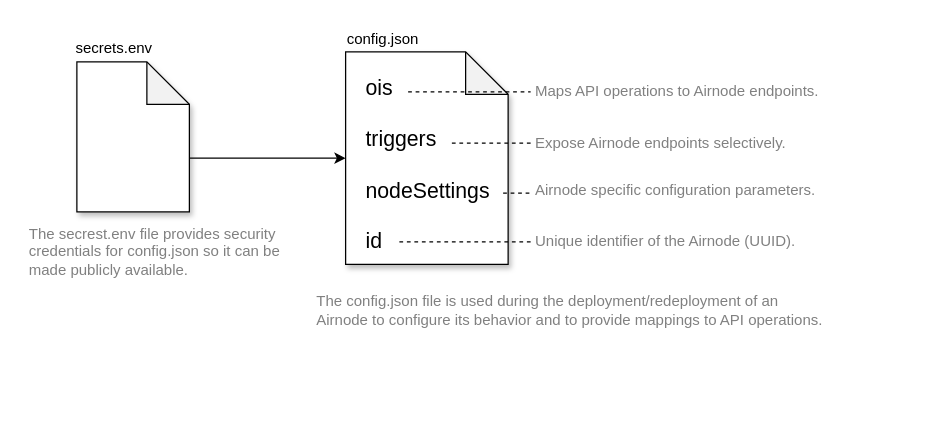
The draw.io diagram docs/next/assets/diagrams/config-json.drawio in api3dao/old-api3-docs, before the edit. Source tidied: cells renumbered, new cells numbered last; positions are measured from the earlier drawing's top-left corner, leaving out a move shared by most shapes. Both pictures are drawn from the tidied source at 125%, with x=0, y=0 at pixel (26, 26). Pictures stored in the file or linked from it are replaced by grey dashed boxes.
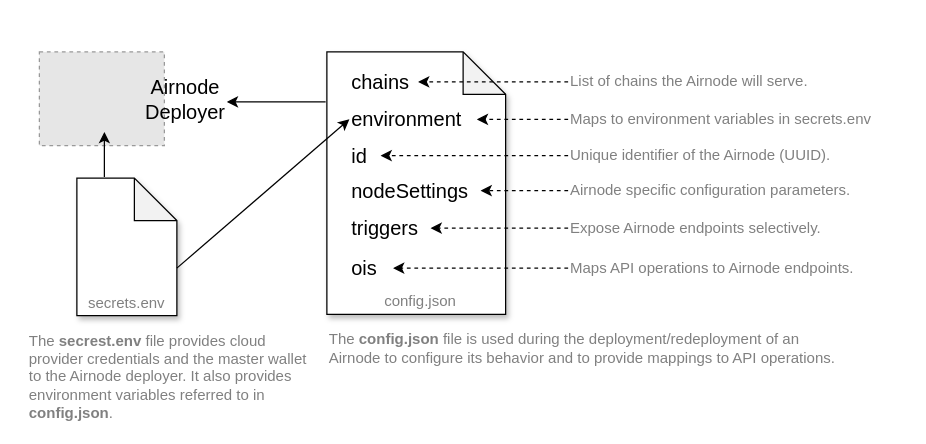
After the change.

Commit message (it also covers changes not shown here):
Update dated diagram with chains and environment variables.

What changed in the source:
```diff
@@
     <mxCell id="2" style="shape=note;whiteSpace=wrap;html=1;backgroundOutline=1;darkOpacity=0.05;fontSize=14;size=34;shadow=1;" parent="1" vertex="1">
-      <mxGeometry x="255" y="20" width="130" height="170" as="geometry" />
+      <mxGeometry x="240" y="20" width="143" height="210" as="geometry" />
     </mxCell>
-    <mxCell id="3" value="&lt;p style=&quot;line-height: 100%&quot;&gt;&lt;/p&gt;&lt;div style=&quot;text-align: left&quot;&gt;&lt;span style=&quot;font-size: 17px&quot;&gt;&lt;font color=&quot;#000000&quot;&gt;ois&lt;/font&gt;&lt;/span&gt;&lt;/div&gt;&lt;div style=&quot;text-align: left&quot;&gt;&lt;span style=&quot;font-size: 17px&quot;&gt;&lt;font color=&quot;#000000&quot;&gt;&lt;br&gt;&lt;/font&gt;&lt;/span&gt;&lt;/div&gt;&lt;font style=&quot;font-size: 17px&quot; color=&quot;#000000&quot;&gt;&lt;div style=&quot;text-align: left&quot;&gt;&lt;span&gt;triggers&lt;/span&gt;&lt;/div&gt;&lt;div style=&quot;text-align: left&quot;&gt;&lt;span&gt;&lt;br&gt;&lt;/span&gt;&lt;/div&gt;&lt;div style=&quot;text-align: left&quot;&gt;&lt;span&gt;nodeSettings&lt;/span&gt;&lt;/div&gt;&lt;div style=&quot;text-align: left&quot;&gt;&lt;span&gt;&lt;br&gt;&lt;/span&gt;&lt;/div&gt;&lt;div style=&quot;text-align: left&quot;&gt;&lt;span&gt;id&lt;/span&gt;&lt;/div&gt;&lt;/font&gt;&lt;p&gt;&lt;/p&gt;" style="text;html=1;strokeColor=none;fillColor=none;align=center;verticalAlign=middle;whiteSpace=wrap;fontColor=#808080;" parent="1" vertex="1">
-      <mxGeometry x="301" y="101" width="40" height="20" as="geometry" />
-    </mxCell>
     <mxCell id="4" value="Maps API operations to Airnode endpoints." style="text;html=1;strokeColor=none;fillColor=none;align=left;verticalAlign=middle;whiteSpace=wrap;rounded=0;sketch=0;fontColor=#808080;" parent="1" vertex="1">
-      <mxGeometry x="405" y="42" width="250" height="20" as="geometry" />
+      <mxGeometry x="433" y="183" width="250" height="20" as="geometry" />
     </mxCell>
     <mxCell id="5" value="Expose Airnode endpoints selectively." style="text;html=1;strokeColor=none;fillColor=none;align=left;verticalAlign=middle;whiteSpace=wrap;rounded=0;sketch=0;fontColor=#808080;" parent="1" vertex="1">
-      <mxGeometry x="405" y="83" width="210" height="20" as="geometry" />
+      <mxGeometry x="433" y="151" width="210" height="20" as="geometry" />
     </mxCell>
     <mxCell id="6" value="Airnode specific configuration parameters." style="text;html=1;strokeColor=none;fillColor=none;align=left;verticalAlign=middle;whiteSpace=wrap;rounded=0;sketch=0;fontColor=#808080;" parent="1" vertex="1">
-      <mxGeometry x="405" y="121" width="240" height="20" as="geometry" />
+      <mxGeometry x="433" y="121" width="240" height="20" as="geometry" />
     </mxCell>
     <mxCell id="7" value="Unique identifier of the Airnode (UUID)." style="text;html=1;strokeColor=none;fillColor=none;align=left;verticalAlign=middle;whiteSpace=wrap;rounded=0;sketch=0;fontColor=#808080;" parent="1" vertex="1">
-      <mxGeometry x="405" y="162" width="270" height="20" as="geometry" />
+      <mxGeometry x="433" y="93" width="270" height="20" as="geometry" />
     </mxCell>
-    <mxCell id="8" style="endArrow=none;dashed=1;html=1;fontColor=#808080;entryX=0;entryY=0.5;entryDx=0;entryDy=0;" parent="1" edge="1">
-      <mxGeometry relative="1" as="geometry">
-        <mxPoint x="298" y="172" as="sourcePoint" />
-        <mxPoint x="403" y="172" as="targetPoint" />
-      </mxGeometry>
-    </mxCell>
-    <mxCell id="9" style="endArrow=none;dashed=1;html=1;fontColor=#808080;entryX=0;entryY=0.5;entryDx=0;entryDy=0;" parent="1" edge="1">
-      <mxGeometry relative="1" as="geometry">
-        <mxPoint x="381" y="133" as="sourcePoint" />
-        <mxPoint x="405" y="133" as="targetPoint" />
-      </mxGeometry>
-    </mxCell>
-    <mxCell id="10" style="endArrow=none;dashed=1;html=1;fontColor=#808080;entryX=0;entryY=0.5;entryDx=0;entryDy=0;" parent="1" edge="1">
-      <mxGeometry relative="1" as="geometry">
-        <mxPoint x="340" y="93" as="sourcePoint" />
-        <mxPoint x="403" y="93" as="targetPoint" />
-      </mxGeometry>
-    </mxCell>
-    <mxCell id="11" style="endArrow=none;dashed=1;html=1;fontColor=#808080;entryX=0;entryY=0.5;entryDx=0;entryDy=0;exitX=0;exitY=-2.35;exitDx=0;exitDy=0;exitPerimeter=0;" parent="1" edge="1">
-      <mxGeometry relative="1" as="geometry">
-        <mxPoint x="305" y="52" as="sourcePoint" />
-        <mxPoint x="403" y="52" as="targetPoint" />
-      </mxGeometry>
-    </mxCell>
-    <mxCell id="12" value="&lt;br class=&quot;Apple-interchange-newline&quot;&gt;&lt;span style=&quot;&quot;&gt;The config.json file is used during the deployment/redeployment of an Airnode to configure its behavior and to provide mappings to API operations.&lt;/span&gt;" style="text;html=1;strokeColor=none;fillColor=none;align=left;verticalAlign=middle;whiteSpace=wrap;rounded=0;shadow=1;sketch=0;fontColor=#808080;" parent="1" vertex="1">
-      <mxGeometry x="230" y="210" width="410" height="20" as="geometry" />
+    <mxCell id="12" value="&lt;br class=&quot;Apple-interchange-newline&quot;&gt;The &lt;b&gt;config.json&lt;/b&gt; file is used during the deployment/redeployment of an Airnode to configure its behavior and to provide mappings to API operations." style="text;html=1;strokeColor=none;fillColor=none;align=left;verticalAlign=middle;whiteSpace=wrap;rounded=0;shadow=1;sketch=0;fontColor=#808080;" parent="1" vertex="1">
+      <mxGeometry x="240" y="240" width="410" height="20" as="geometry" />
     </mxCell>
-    <mxCell id="13" value="&lt;font color=&quot;#000000&quot;&gt;config.json&lt;/font&gt;" style="text;html=1;strokeColor=none;fillColor=none;align=center;verticalAlign=middle;whiteSpace=wrap;rounded=0;shadow=1;sketch=0;fontColor=#808080;" parent="1" vertex="1">
-      <mxGeometry x="265" width="40" height="20" as="geometry" />
+    <mxCell id="13" value="config.json" style="text;html=1;strokeColor=none;fillColor=none;align=center;verticalAlign=middle;whiteSpace=wrap;rounded=0;shadow=1;sketch=0;fontColor=#808080;" parent="1" vertex="1">
+      <mxGeometry x="295" y="210" width="40" height="20" as="geometry" />
     </mxCell>
     <mxCell id="14" style="shape=note;whiteSpace=wrap;html=1;backgroundOutline=1;darkOpacity=0.05;fontSize=14;size=34;shadow=1;" parent="1" vertex="1">
-      <mxGeometry x="40" y="28" width="90" height="120" as="geometry" />
+      <mxGeometry x="40" y="121" width="80" height="110" as="geometry" />
     </mxCell>
-    <mxCell id="15" value="&lt;font color=&quot;#000000&quot;&gt;secrets.env&lt;/font&gt;" style="text;html=1;strokeColor=none;fillColor=none;align=center;verticalAlign=middle;whiteSpace=wrap;rounded=0;shadow=1;sketch=0;fontColor=#808080;" parent="1" vertex="1">
-      <mxGeometry x="50" y="7" width="40" height="20" as="geometry" />
+    <mxCell id="15" value="secrets.env" style="text;html=1;strokeColor=none;fillColor=none;align=center;verticalAlign=middle;whiteSpace=wrap;rounded=0;shadow=1;sketch=0;fontColor=#808080;" parent="1" vertex="1">
+      <mxGeometry x="60" y="211" width="40" height="20" as="geometry" />
     </mxCell>
-    <mxCell id="16" value="The secrest.env file provides security credentials for config.json so it can be made publicly available." style="text;html=1;strokeColor=none;fillColor=none;align=left;verticalAlign=middle;whiteSpace=wrap;rounded=0;shadow=1;sketch=0;fontColor=#808080;" parent="1" vertex="1">
-      <mxGeometry y="170" width="230" height="20" as="geometry" />
+    <mxCell id="16" value="The &lt;b&gt;secrest.env&lt;/b&gt; file provides cloud provider credentials and the master wallet to the Airnode deployer. It also provides environment variables referred to in &lt;b&gt;config.json&lt;/b&gt;." style="text;html=1;strokeColor=none;fillColor=none;align=left;verticalAlign=middle;whiteSpace=wrap;rounded=0;shadow=1;sketch=0;fontColor=#808080;" parent="1" vertex="1">
+      <mxGeometry y="270" width="230" height="20" as="geometry" />
     </mxCell>
-    <mxCell id="17" style="endArrow=classic;html=1;fontColor=#808080;exitX=0;exitY=0;exitDx=90;exitDy=77;exitPerimeter=0;entryX=0;entryY=0.5;entryDx=0;entryDy=0;entryPerimeter=0;" parent="1" edge="1" source="14" target="2">
+    <mxCell id="17" style="endArrow=classic;html=1;fontColor=#808080;exitX=0;exitY=0;exitDx=80;exitDy=72;exitPerimeter=0;entryX=0;entryY=0.5;entryDx=0;entryDy=0;" parent="1" edge="1" source="14" target="20">
       <mxGeometry relative="1" as="geometry" />
     </mxCell>
+    <mxCell id="18" style="endArrow=classic;html=1;exitX=0;exitY=0.5;exitDx=0;exitDy=0;entryX=1;entryY=0.5;entryDx=0;entryDy=0;dashed=1;" parent="1" edge="1" source="4" target="24">
+      <mxGeometry relative="1" as="geometry" />
+    </mxCell>
+    <mxCell id="19" value="&lt;font style=&quot;font-size: 16px&quot;&gt;chains&lt;/font&gt;" style="text;html=1;strokeColor=none;fillColor=none;align=left;verticalAlign=middle;whiteSpace=wrap;rounded=0;" parent="1" vertex="1">
+      <mxGeometry x="258" y="34" width="55" height="20" as="geometry" />
+    </mxCell>
+    <mxCell id="20" value="&lt;font style=&quot;font-size: 16px&quot;&gt;environment&lt;/font&gt;" style="text;html=1;strokeColor=none;fillColor=none;align=left;verticalAlign=middle;whiteSpace=wrap;rounded=0;" parent="1" vertex="1">
+      <mxGeometry x="258" y="64" width="102" height="20" as="geometry" />
+    </mxCell>
+    <mxCell id="21" value="&lt;font style=&quot;font-size: 16px&quot;&gt;id&lt;/font&gt;" style="text;html=1;strokeColor=none;fillColor=none;align=left;verticalAlign=middle;whiteSpace=wrap;rounded=0;" parent="1" vertex="1">
+      <mxGeometry x="258" y="93" width="25" height="20" as="geometry" />
+    </mxCell>
+    <mxCell id="22" value="&lt;font style=&quot;font-size: 16px&quot;&gt;nodeSettings&lt;br&gt;&lt;/font&gt;" style="text;html=1;strokeColor=none;fillColor=none;align=left;verticalAlign=middle;whiteSpace=wrap;rounded=0;" parent="1" vertex="1">
+      <mxGeometry x="258" y="121" width="105" height="20" as="geometry" />
+    </mxCell>
+    <mxCell id="23" value="&lt;font style=&quot;font-size: 16px&quot;&gt;triggers&lt;br&gt;&lt;/font&gt;" style="text;html=1;strokeColor=none;fillColor=none;align=left;verticalAlign=middle;whiteSpace=wrap;rounded=0;" parent="1" vertex="1">
+      <mxGeometry x="258" y="151" width="65" height="20" as="geometry" />
+    </mxCell>
+    <mxCell id="24" value="&lt;font style=&quot;font-size: 16px&quot;&gt;ois&lt;/font&gt;" style="text;html=1;strokeColor=none;fillColor=none;align=left;verticalAlign=middle;whiteSpace=wrap;rounded=0;" parent="1" vertex="1">
+      <mxGeometry x="258" y="183" width="35" height="20" as="geometry" />
+    </mxCell>
+    <mxCell id="25" style="endArrow=classic;html=1;dashed=1;exitX=0;exitY=0.5;exitDx=0;exitDy=0;entryX=1;entryY=0.5;entryDx=0;entryDy=0;" parent="1" edge="1" source="5" target="23">
+      <mxGeometry relative="1" as="geometry" />
+    </mxCell>
+    <mxCell id="26" style="endArrow=classic;html=1;dashed=1;exitX=0;exitY=0.5;exitDx=0;exitDy=0;entryX=1;entryY=0.5;entryDx=0;entryDy=0;" parent="1" edge="1" source="6" target="22">
+      <mxGeometry relative="1" as="geometry" />
+    </mxCell>
+    <mxCell id="27" style="endArrow=classic;html=1;dashed=1;exitX=0;exitY=0.5;exitDx=0;exitDy=0;entryX=1;entryY=0.5;entryDx=0;entryDy=0;" parent="1" edge="1" source="7" target="21">
+      <mxGeometry relative="1" as="geometry" />
+    </mxCell>
+    <mxCell id="28" value="Maps to environment variables in secrets.env" style="text;html=1;strokeColor=none;fillColor=none;align=left;verticalAlign=middle;whiteSpace=wrap;rounded=0;sketch=0;fontColor=#808080;" parent="1" vertex="1">
+      <mxGeometry x="433" y="64" width="270" height="20" as="geometry" />
+    </mxCell>
+    <mxCell id="29" style="endArrow=classic;html=1;dashed=1;exitX=0;exitY=0.5;exitDx=0;exitDy=0;" parent="1" edge="1" source="28" target="20">
+      <mxGeometry relative="1" as="geometry" />
+    </mxCell>
+    <mxCell id="30" value="List of chains the Airnode will serve." style="text;html=1;strokeColor=none;fillColor=none;align=left;verticalAlign=middle;whiteSpace=wrap;rounded=0;sketch=0;fontColor=#808080;" parent="1" vertex="1">
+      <mxGeometry x="433" y="34" width="270" height="20" as="geometry" />
+    </mxCell>
+    <mxCell id="31" style="endArrow=classic;html=1;dashed=1;exitX=0;exitY=0.5;exitDx=0;exitDy=0;" parent="1" edge="1" source="30" target="19">
+      <mxGeometry relative="1" as="geometry" />
+    </mxCell>
+    <mxCell id="32" style="fillColor=#E6E6E6;strokeColor=#999999;dashed=1;verticalLabelPosition=bottom;labelBackgroundColor=#ffffff;verticalAlign=top;" parent="1" vertex="1">
+      <mxGeometry x="10" y="20" width="100" height="75" as="geometry" />
+    </mxCell>
+    <mxCell id="33" value="&lt;font style=&quot;font-size: 16px&quot;&gt;Airnode&lt;br&gt;Deployer&lt;/font&gt;" style="text;html=1;strokeColor=none;fillColor=none;align=center;verticalAlign=middle;whiteSpace=wrap;rounded=0;" parent="1" vertex="1">
+      <mxGeometry x="107" y="47.5" width="40" height="20" as="geometry" />
+    </mxCell>
+    <mxCell id="34" style="endArrow=classic;html=1;" parent="1" edge="1">
+      <mxGeometry relative="1" as="geometry">
+        <mxPoint x="62" y="120" as="sourcePoint" />
+        <mxPoint x="62" y="84" as="targetPoint" />
+      </mxGeometry>
+    </mxCell>
+    <mxCell id="35" style="endArrow=classic;html=1;exitX=-0.007;exitY=0.19;exitDx=0;exitDy=0;exitPerimeter=0;" parent="1" edge="1" source="2">
+      <mxGeometry relative="1" as="geometry">
+        <mxPoint x="160" y="60" as="targetPoint" />
+      </mxGeometry>
+    </mxCell>
```
